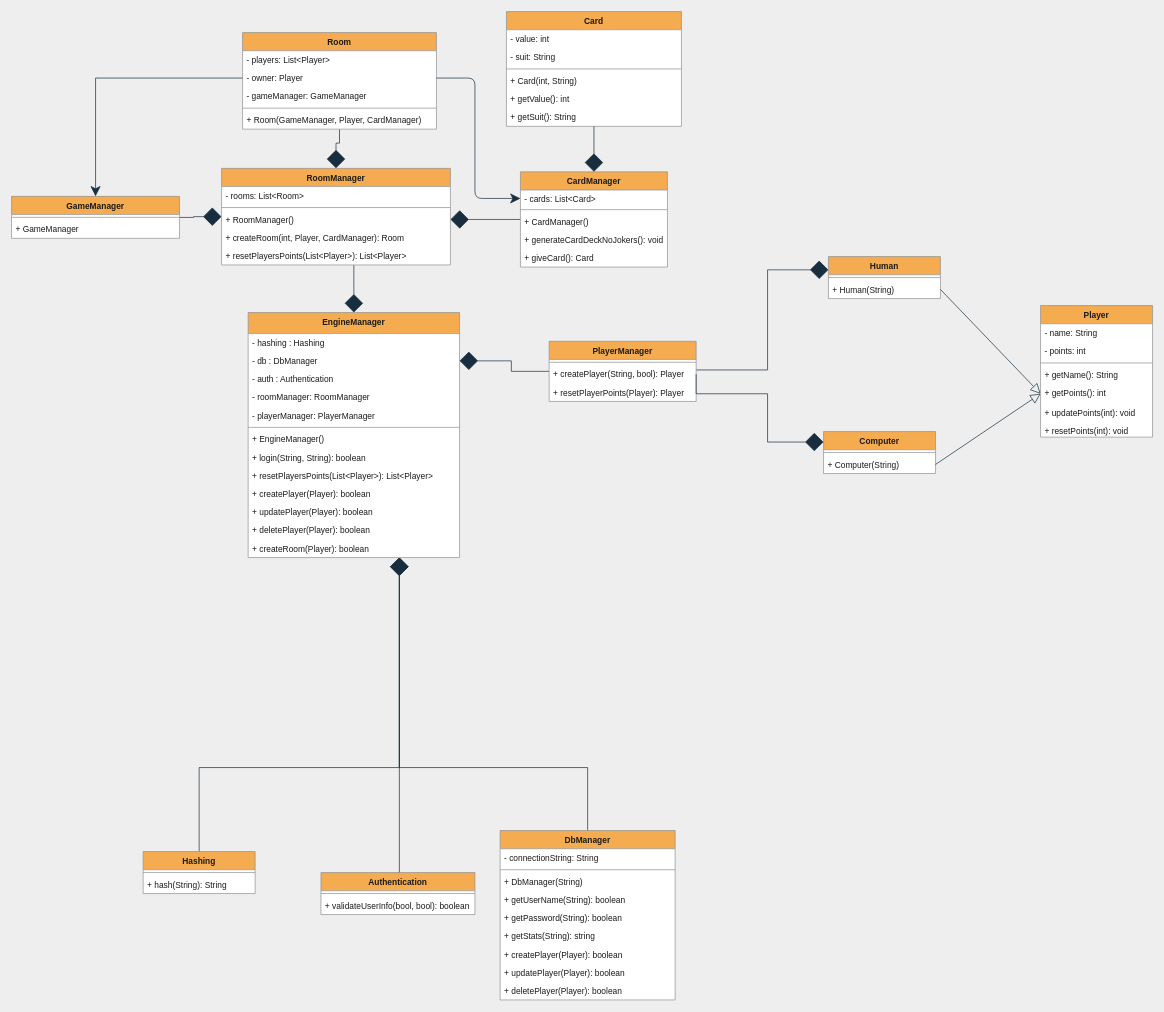
The draw.io diagram Diagrammer/Filer/Klasse Diagram.drawio in Olivervesth/KortKlubben, before the edit. Source tidied: cells renumbered, new cells numbered last; positions are measured from the earlier drawing's top-left corner, leaving out a move shared by most shapes. Both pictures are drawn from the tidied source at 70%, with x=0, y=0 at pixel (11, 11).
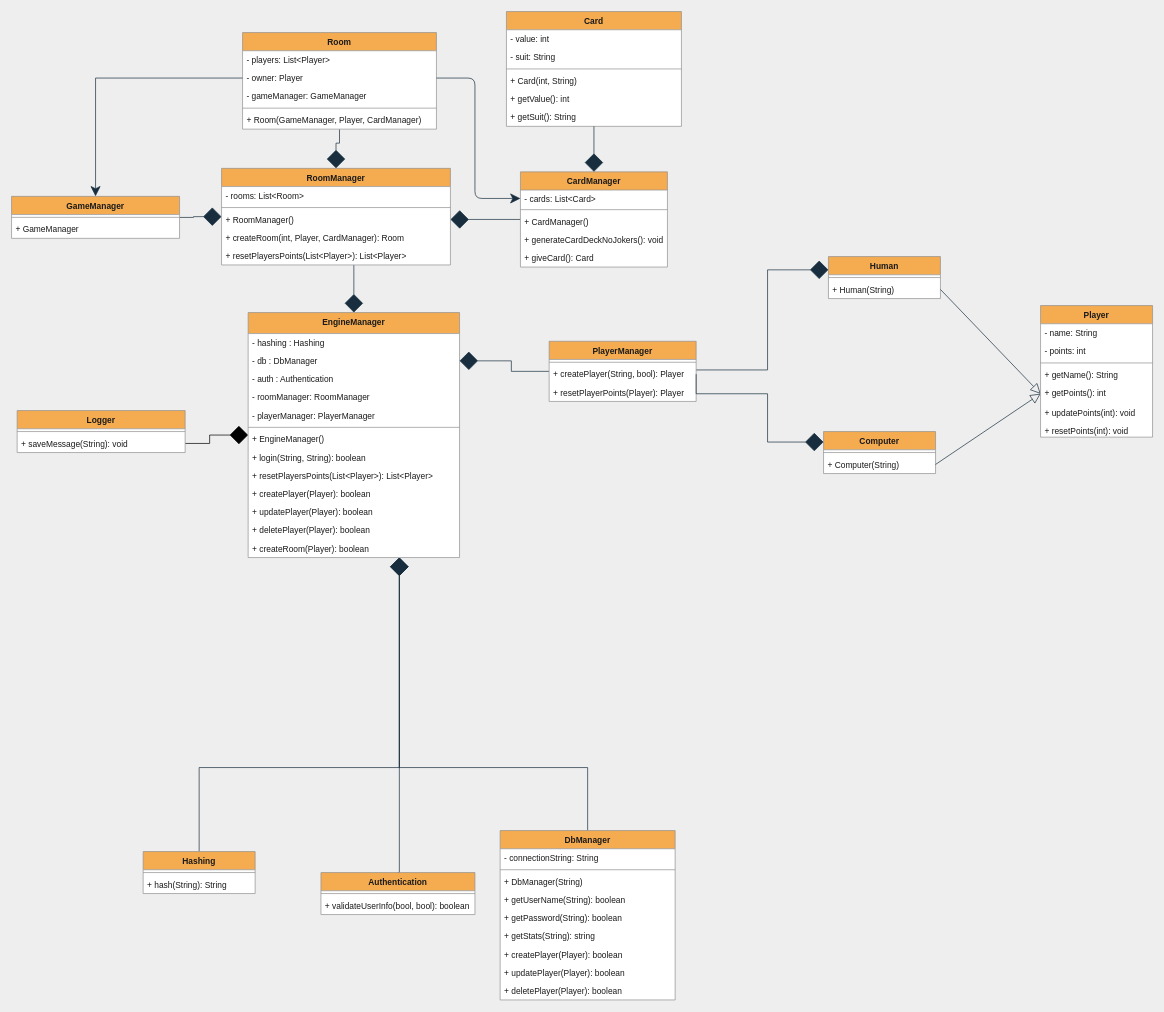
The same page after the edit.

The change refers to these unchanged cells:
```xml
<mxCell id="34" value="EngineManager" style="swimlane;fontStyle=1;align=center;verticalAlign=top;horizontal=1;startSize=30;fillColor=#F5AB50;strokeColor=#909090;fontColor=#1A1A1A;rounded=0;swimlaneFillColor=default;" parent="1" vertex="1">
  <mxGeometry x="338" y="430" width="302" height="350" as="geometry" />
</mxCell>
```

Change to the diagram source:
```diff
@@
+    <mxCell id="93" style="edgeStyle=orthogonalEdgeStyle;rounded=0;jettySize=auto;html=1;entryX=1;entryY=0.5;entryDx=0;entryDy=0;startArrow=diamond;startFill=1;endArrow=none;endFill=0;startSize=24;" parent="1" edge="1" source="34" target="96">
+      <mxGeometry relative="1" as="geometry" />
+    </mxCell>
@@
+    <mxCell id="94" value="Logger" style="swimlane;fontStyle=1;align=center;verticalAlign=top;horizontal=1;startSize=26;fillColor=#F5AB50;strokeColor=#909090;fontColor=#1A1A1A;rounded=0;swimlaneFillColor=default;" parent="1" vertex="1">
+      <mxGeometry x="8" y="570" width="240" height="60" as="geometry" />
+    </mxCell>
+    <mxCell id="95" style="line;strokeWidth=1;fillColor=none;align=left;verticalAlign=middle;spacingTop=-1;spacingLeft=3;spacingRight=3;labelPosition=right;labelBackgroundColor=#EEEEEE;strokeColor=#909090;fontColor=#1A1A1A;rounded=0;" parent="94" vertex="1">
+      <mxGeometry y="26" width="240" height="8" as="geometry" />
+    </mxCell>
+    <mxCell id="96" value="+ saveMessage(String): void" style="text;strokeColor=none;fillColor=none;align=left;verticalAlign=top;spacingLeft=4;spacingRight=4;overflow=hidden;points=[[0,0.5],[1,0.5]];portConstraint=eastwest;fontColor=#1A1A1A;rounded=0;" parent="94" vertex="1">
+      <mxGeometry y="34" width="240" height="26" as="geometry" />
+    </mxCell>
```
